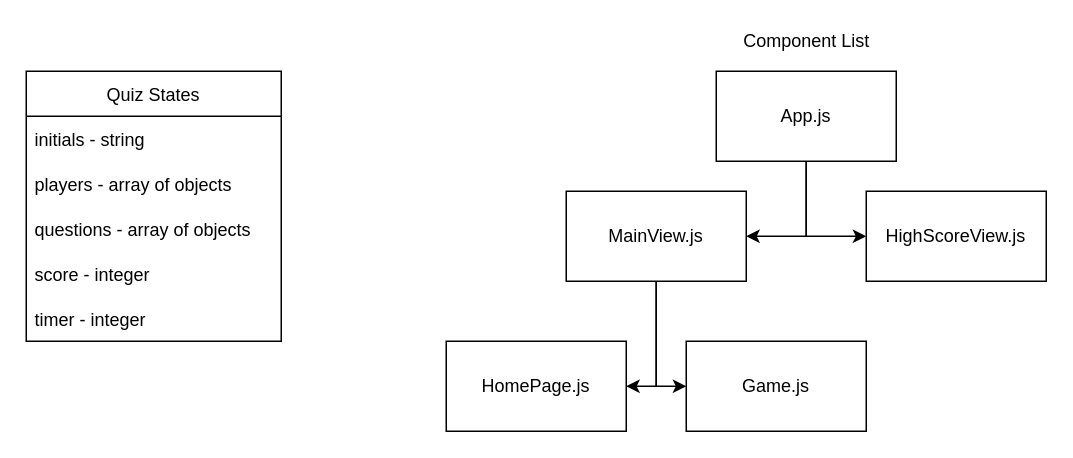
Earlier version of the draw.io diagram React-Quiz-Diagram.drawio (Joeseff6/React-Quiz). Source tidied: cells renumbered, new cells numbered last; positions are measured from the earlier drawing's top-left corner, leaving out a move shared by most shapes. Both pictures are drawn from the tidied source at 150%, with x=0, y=0 at pixel (26, 26).
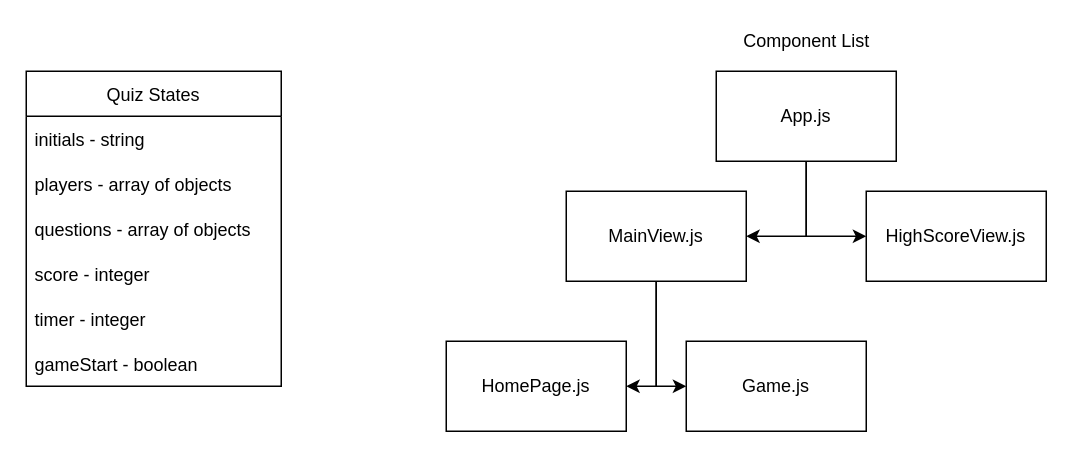
The same page after the edit.

Commit message:
Added state gameStart

What changed in the source:
```diff
@@
 <mxGraphModel>
   <root>
     <mxCell id="0" />
     <mxCell id="1" parent="0" />
     <mxCell id="2" value="Quiz States" style="swimlane;fontStyle=0;horizontal=1;startSize=30;" parent="1" vertex="1">
-      <mxGeometry y="30" width="170" height="180" as="geometry" />
+      <mxGeometry y="30" width="170" height="210" as="geometry" />
     </mxCell>
     <mxCell id="3" value="initials - string" style="text;strokeColor=none;fillColor=none;align=left;verticalAlign=middle;spacingLeft=4;spacingRight=4;overflow=hidden;" parent="2" vertex="1">
       <mxGeometry y="30" width="170" height="30" as="geometry" />
     </mxCell>
     <mxCell id="4" value="players - array of objects" style="text;strokeColor=none;fillColor=none;align=left;verticalAlign=middle;spacingLeft=4;spacingRight=4;overflow=hidden;" parent="2" vertex="1">
       <mxGeometry y="60" width="170" height="30" as="geometry" />
     </mxCell>
     <mxCell id="5" value="questions - array of objects" style="text;strokeColor=none;fillColor=none;align=left;verticalAlign=middle;spacingLeft=4;spacingRight=4;overflow=hidden;" parent="2" vertex="1">
       <mxGeometry y="90" width="170" height="30" as="geometry" />
     </mxCell>
     <mxCell id="6" value="score - integer" style="text;strokeColor=none;fillColor=none;align=left;verticalAlign=middle;spacingLeft=4;spacingRight=4;overflow=hidden;" parent="2" vertex="1">
       <mxGeometry y="120" width="170" height="30" as="geometry" />
     </mxCell>
+    <mxCell id="18" value="timer - integer" style="text;strokeColor=none;fillColor=none;align=left;verticalAlign=middle;spacingLeft=4;spacingRight=4;overflow=hidden;" parent="2" vertex="1">
+      <mxGeometry y="150" width="170" height="30" as="geometry" />
+    </mxCell>
-    <mxCell id="7" value="timer - integer" style="text;strokeColor=none;fillColor=none;align=left;verticalAlign=middle;spacingLeft=4;spacingRight=4;overflow=hidden;" parent="2" vertex="1">
-      <mxGeometry y="150" width="170" height="30" as="geometry" />
+    <mxCell id="7" value="gameStart - boolean" style="text;strokeColor=none;fillColor=none;align=left;verticalAlign=middle;spacingLeft=4;spacingRight=4;overflow=hidden;" parent="2" vertex="1">
+      <mxGeometry y="180" width="170" height="30" as="geometry" />
     </mxCell>
     <mxCell id="8" style="edgeStyle=orthogonalEdgeStyle;rounded=0;jettySize=auto;html=1;exitX=0.5;exitY=1;exitDx=0;exitDy=0;entryX=1;entryY=0.5;entryDx=0;entryDy=0;" parent="1" edge="1" source="10" target="13">
       <mxGeometry relative="1" as="geometry" />
     </mxCell>
     <mxCell id="9" style="edgeStyle=orthogonalEdgeStyle;rounded=0;jettySize=auto;html=1;exitX=0.5;exitY=1;exitDx=0;exitDy=0;entryX=0;entryY=0.5;entryDx=0;entryDy=0;" parent="1" edge="1" source="10" target="14">
       <mxGeometry relative="1" as="geometry" />
     </mxCell>
     <mxCell id="10" value="App.js" style="rounded=0;whiteSpace=wrap;html=1;" parent="1" vertex="1">
       <mxGeometry x="460" y="30" width="120" height="60" as="geometry" />
     </mxCell>
     <mxCell id="11" style="edgeStyle=orthogonalEdgeStyle;rounded=0;jettySize=auto;html=1;exitX=0.5;exitY=1;exitDx=0;exitDy=0;entryX=1;entryY=0.5;entryDx=0;entryDy=0;" parent="1" edge="1" source="13" target="15">
       <mxGeometry relative="1" as="geometry" />
     </mxCell>
     <mxCell id="12" style="edgeStyle=orthogonalEdgeStyle;rounded=0;jettySize=auto;html=1;exitX=0.5;exitY=1;exitDx=0;exitDy=0;entryX=0;entryY=0.5;entryDx=0;entryDy=0;" parent="1" edge="1" source="13" target="16">
       <mxGeometry relative="1" as="geometry" />
     </mxCell>
     <mxCell id="13" value="MainView.js" style="rounded=0;whiteSpace=wrap;html=1;" parent="1" vertex="1">
       <mxGeometry x="360" y="110" width="120" height="60" as="geometry" />
     </mxCell>
     <mxCell id="14" value="HighScoreView.js" style="rounded=0;whiteSpace=wrap;html=1;" parent="1" vertex="1">
       <mxGeometry x="560" y="110" width="120" height="60" as="geometry" />
     </mxCell>
     <mxCell id="15" value="HomePage.js" style="rounded=0;whiteSpace=wrap;html=1;" parent="1" vertex="1">
       <mxGeometry x="280" y="210" width="120" height="60" as="geometry" />
     </mxCell>
     <mxCell id="16" value="Game.js" style="rounded=0;whiteSpace=wrap;html=1;" parent="1" vertex="1">
       <mxGeometry x="440" y="210" width="120" height="60" as="geometry" />
     </mxCell>
     <mxCell id="17" value="Component List" style="text;html=1;align=center;verticalAlign=middle;strokeColor=none;fillColor=none;" parent="1" vertex="1">
       <mxGeometry x="470" width="100" height="20" as="geometry" />
     </mxCell>
   </root>
 </mxGraphModel>
```
